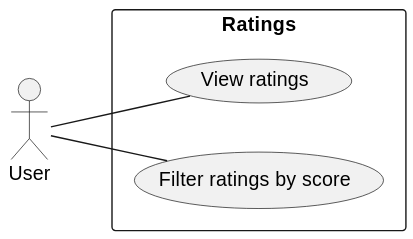
Earlier version of the PlantUML export images/docs/1-requeriments/1-actors-use-cases/content-interaction/ratings.svg (vfred0/unimart-requirements).
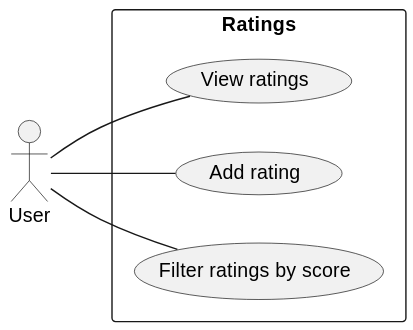
After the commit.

What changed in the source:
```diff
@@ -3,6 +3,7 @@
 actor User
     rectangle "Ratings" {
         User -- (View ratings)
+        User -- (Add rating)
         User -- (Filter ratings by score)
     }
 @enduml
```
